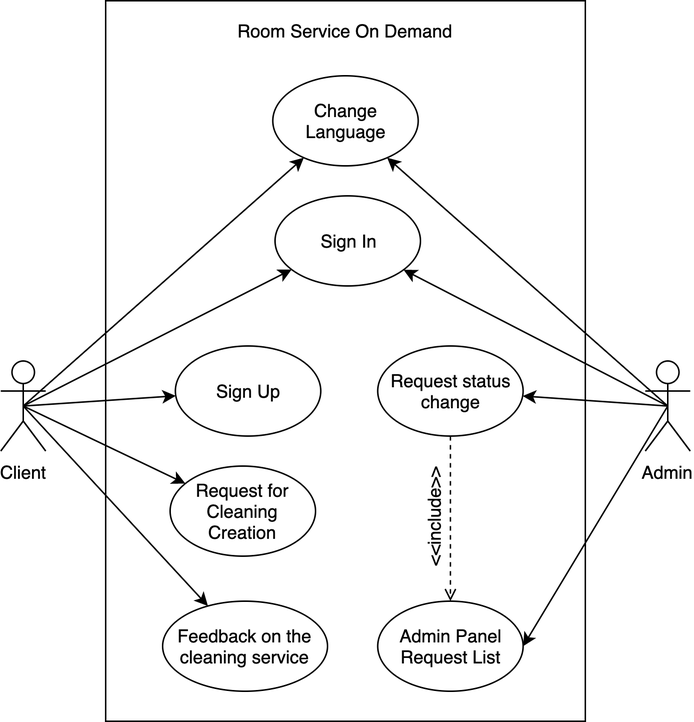
This is Requirements/Use Case Diagram.png from evtimo/RoomServiceOnDemand, a draw.io export, as it was before one commit. Source tidied: cells renumbered, new cells last; positions are measured from the earlier drawing's top-left corner, leaving out a move shared by most shapes.
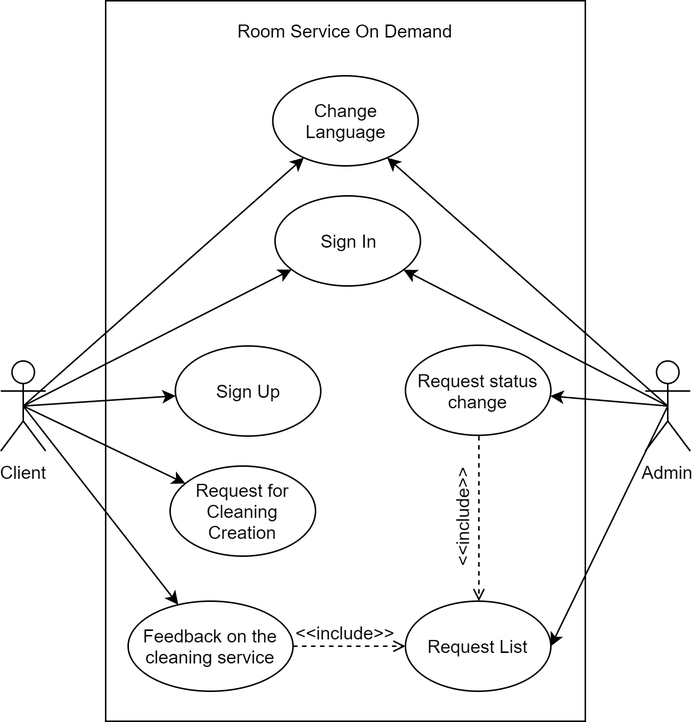
After the commit.

What changed in the source:
```diff
@@ -14,10 +14,10 @@
     <mxCell id="5" style="edgeStyle=none;rounded=0;jettySize=auto;html=1;exitX=0.5;exitY=0.5;exitDx=0;exitDy=0;exitPerimeter=0;" parent="1" edge="1" source="8" target="16">
       <mxGeometry relative="1" as="geometry" />
     </mxCell>
-    <mxCell id="6" style="edgeStyle=none;rounded=0;jettySize=auto;html=1;exitX=0.5;exitY=0.5;exitDx=0;exitDy=0;exitPerimeter=0;" parent="1" edge="1" source="8" target="19">
+    <mxCell id="6" style="edgeStyle=none;rounded=0;jettySize=auto;html=1;exitX=0.5;exitY=0.5;exitDx=0;exitDy=0;exitPerimeter=0;" parent="1" edge="1" source="8" target="20">
       <mxGeometry relative="1" as="geometry" />
     </mxCell>
-    <mxCell id="7" style="edgeStyle=none;rounded=0;jettySize=auto;html=1;exitX=0.5;exitY=0.5;exitDx=0;exitDy=0;exitPerimeter=0;" parent="1" edge="1" source="8" target="21">
+    <mxCell id="7" style="edgeStyle=none;rounded=0;jettySize=auto;html=1;exitX=0.5;exitY=0.5;exitDx=0;exitDy=0;exitPerimeter=0;" parent="1" edge="1" source="8" target="22">
       <mxGeometry relative="1" as="geometry" />
     </mxCell>
     <mxCell id="8" value="Client" style="shape=umlActor;verticalLabelPosition=bottom;labelBackgroundColor=#ffffff;verticalAlign=top;html=1;outlineConnect=0;" parent="1" vertex="1">
@@ -26,13 +26,13 @@
     <mxCell id="9" style="edgeStyle=none;rounded=0;jettySize=auto;html=1;exitX=0.5;exitY=0.5;exitDx=0;exitDy=0;exitPerimeter=0;" parent="1" edge="1" source="13" target="18">
       <mxGeometry relative="1" as="geometry" />
     </mxCell>
-    <mxCell id="10" style="edgeStyle=none;rounded=0;jettySize=auto;html=1;exitX=0.5;exitY=0.5;exitDx=0;exitDy=0;exitPerimeter=0;" parent="1" edge="1" source="13" target="21">
+    <mxCell id="10" style="edgeStyle=none;rounded=0;jettySize=auto;html=1;exitX=0.5;exitY=0.5;exitDx=0;exitDy=0;exitPerimeter=0;" parent="1" edge="1" source="13" target="22">
       <mxGeometry relative="1" as="geometry" />
     </mxCell>
     <mxCell id="11" style="edgeStyle=none;rounded=0;jettySize=auto;html=1;exitX=0.5;exitY=0.5;exitDx=0;exitDy=0;exitPerimeter=0;" parent="1" edge="1" source="13" target="14">
       <mxGeometry relative="1" as="geometry" />
     </mxCell>
-    <mxCell id="12" style="rounded=0;jettySize=auto;html=1;exitX=0.5;exitY=0.5;exitDx=0;exitDy=0;exitPerimeter=0;entryX=1;entryY=0.5;entryDx=0;entryDy=0;strokeColor=#000000;" parent="1" edge="1" source="13" target="20">
+    <mxCell id="12" style="rounded=0;jettySize=auto;html=1;exitX=0.5;exitY=0.5;exitDx=0;exitDy=0;exitPerimeter=0;entryX=1;entryY=0.5;entryDx=0;entryDy=0;strokeColor=#000000;" parent="1" edge="1" source="13" target="21">
       <mxGeometry relative="1" as="geometry" />
     </mxCell>
     <mxCell id="13" value="Admin" style="shape=umlActor;verticalLabelPosition=bottom;labelBackgroundColor=#ffffff;verticalAlign=top;html=1;outlineConnect=0;" parent="1" vertex="1">
@@ -47,26 +47,32 @@
     <mxCell id="16" value="Request for Cleaning Creation" style="ellipse;whiteSpace=wrap;html=1;" parent="1" vertex="1">
       <mxGeometry x="113" y="310" width="97" height="60" as="geometry" />
     </mxCell>
-    <mxCell id="17" style="edgeStyle=orthogonalEdgeStyle;rounded=0;jettySize=auto;html=1;exitX=0.5;exitY=1;exitDx=0;exitDy=0;entryX=0.5;entryY=0;entryDx=0;entryDy=0;dashed=1;endArrow=open;endFill=0;" parent="1" edge="1" source="18" target="20">
+    <mxCell id="17" style="edgeStyle=orthogonalEdgeStyle;rounded=0;jettySize=auto;html=1;exitX=0.5;exitY=1;exitDx=0;exitDy=0;entryX=0.5;entryY=0;entryDx=0;entryDy=0;dashed=1;endArrow=open;endFill=0;" parent="1" edge="1" source="18" target="21">
       <mxGeometry relative="1" as="geometry" />
     </mxCell>
     <mxCell id="18" value="Request status change" style="ellipse;whiteSpace=wrap;html=1;" parent="1" vertex="1">
-      <mxGeometry x="251.5" y="230" width="97" height="60" as="geometry" />
+      <mxGeometry x="270" y="229.5" width="97" height="60" as="geometry" />
     </mxCell>
-    <mxCell id="19" value="Feedback on the cleaning service" style="ellipse;whiteSpace=wrap;html=1;" parent="1" vertex="1">
-      <mxGeometry x="108" y="400" width="110" height="60" as="geometry" />
+    <mxCell id="19" style="edgeStyle=orthogonalEdgeStyle;rounded=0;jettySize=auto;html=1;exitX=1;exitY=0.5;exitDx=0;exitDy=0;entryX=0;entryY=0.5;entryDx=0;entryDy=0;dashed=1;endArrow=open;endFill=0;" parent="1" edge="1" source="20" target="21">
+      <mxGeometry relative="1" as="geometry" />
     </mxCell>
-    <mxCell id="20" value="Admin Panel Request List" style="ellipse;whiteSpace=wrap;html=1;" parent="1" vertex="1">
-      <mxGeometry x="251.5" y="400" width="97" height="60" as="geometry" />
+    <mxCell id="20" value="Feedback on the cleaning service" style="ellipse;whiteSpace=wrap;html=1;" parent="1" vertex="1">
+      <mxGeometry x="85" y="400" width="110" height="60" as="geometry" />
     </mxCell>
-    <mxCell id="21" value="Change Language" style="ellipse;whiteSpace=wrap;html=1;" parent="1" vertex="1">
-      <mxGeometry x="181.5" y="50" width="97" height="60" as="geometry" />
+    <mxCell id="21" value="Request List" style="ellipse;whiteSpace=wrap;html=1;" parent="1" vertex="1">
+      <mxGeometry x="270" y="400" width="97" height="60" as="geometry" />
     </mxCell>
-    <mxCell id="22" value="Room Service On Demand" style="text;html=1;strokeColor=none;fillColor=none;align=center;verticalAlign=middle;whiteSpace=wrap;rounded=0;" parent="1" vertex="1">
-      <mxGeometry x="140" y="10" width="180" height="20" as="geometry" />
+    <mxCell id="22" value="Change Language" style="ellipse;whiteSpace=wrap;html=1;" parent="1" vertex="1">
+      <mxGeometry x="181.5" y="50" width="97" height="60" as="geometry" />
     </mxCell>
-    <mxCell id="23" value="&amp;lt;&amp;lt;include&amp;gt;&amp;gt;" style="text;html=1;align=left;verticalAlign=top;spacingTop=-4;rotation=-90;" parent="1" vertex="1">
-      <mxGeometry x="250" y="329" width="80" height="20" as="geometry" />
+    <mxCell id="23" value="Room Service On Demand" style="text;html=1;strokeColor=none;fillColor=none;align=center;verticalAlign=middle;whiteSpace=wrap;rounded=0;" parent="1" vertex="1">
+      <mxGeometry x="140" y="10" width="180" height="20" as="geometry" />
     </mxCell>
+    <mxCell id="24" value="&amp;lt;&amp;lt;include&amp;gt;&amp;gt;" style="text;html=1;align=left;verticalAlign=top;spacingTop=-4;rotation=-90;" parent="1" vertex="1">
+      <mxGeometry x="269" y="329" width="80" height="20" as="geometry" />
+    </mxCell>
+    <mxCell id="25" value="&amp;lt;&amp;lt;include&amp;gt;&amp;gt;" style="text;html=1;" parent="1" vertex="1">
+      <mxGeometry x="195" y="408" width="75" height="22" as="geometry" />
+    </mxCell>
   </root>
 </mxGraphModel>
```
